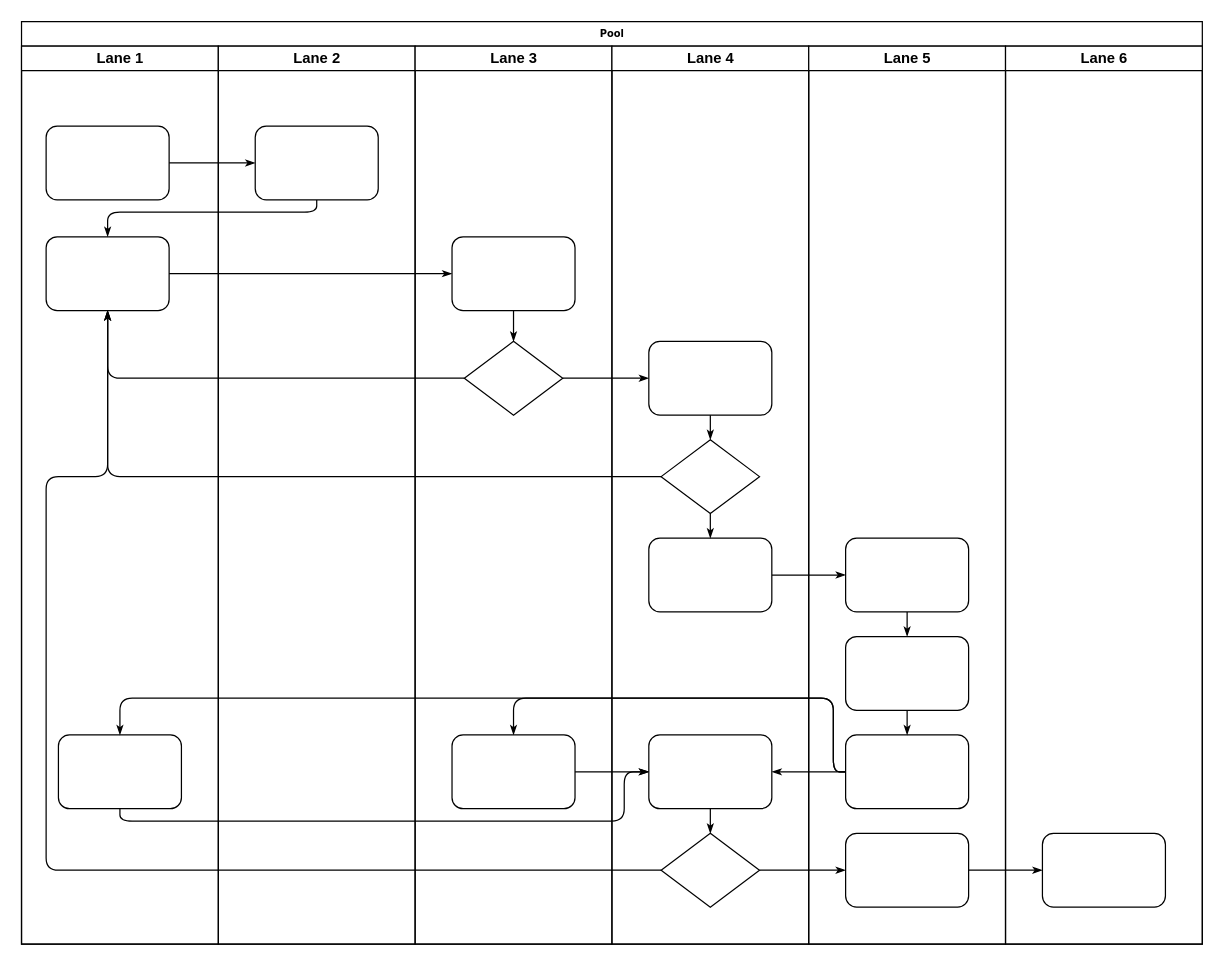
This is 制卡流程2.drawio from plummylilin/git_learning, a draw.io file, before an edit. Source tidied: cells renumbered, new cells numbered last; positions are measured from the earlier drawing's top-left corner, leaving out a move shared by most shapes. Both pictures are drawn from the tidied source at 123%, with x=0, y=0 at pixel (21, 21).
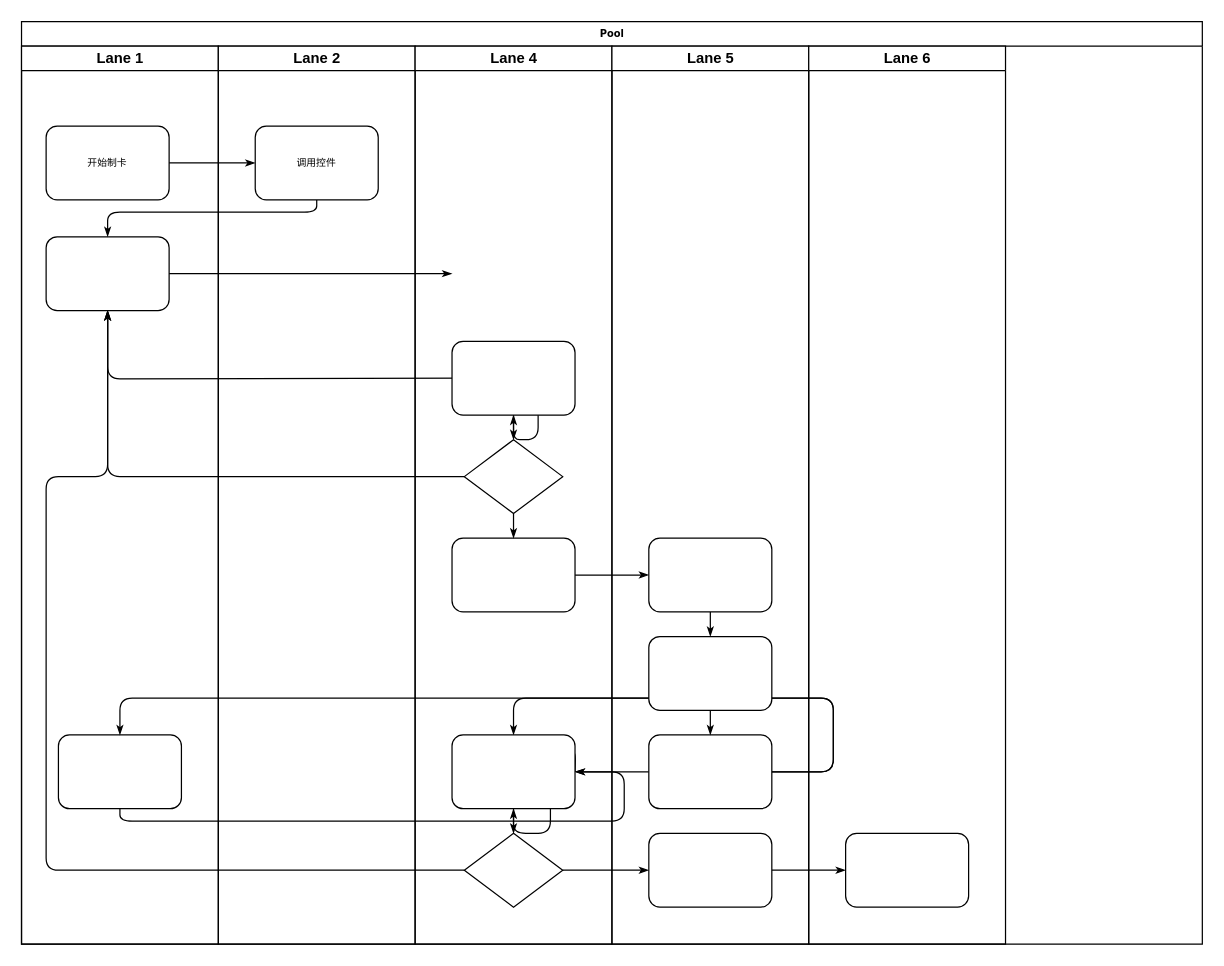
Above is the later version.

Commit message:
更新制卡流程2.drawio

The change refers to these unchanged cells:
```xml
<mxCell id="2" value="Pool" style="swimlane;html=1;startSize=20;rounded=0;shadow=0;labelBackgroundColor=none;strokeWidth=1;fontFamily=Verdana;fontSize=8;align=center;" parent="1" vertex="1">
  <mxGeometry width="960" height="750" as="geometry" />
</mxCell>
<mxCell id="3" value="Lane 1" style="swimlane;html=1;startSize=20;" parent="2" vertex="1">
  <mxGeometry y="20" width="160" height="730" as="geometry" />
</mxCell>
<mxCell id="5" style="rounded=1;whiteSpace=wrap;html=1;shadow=0;labelBackgroundColor=none;strokeWidth=1;fontFamily=Verdana;fontSize=8;align=center;" parent="3" vertex="1">
  <mxGeometry x="20" y="155" width="100" height="60" as="geometry" />
</mxCell>
<mxCell id="22" value="Lane 2" style="swimlane;html=1;startSize=20;" parent="2" vertex="1">
  <mxGeometry x="160" y="20" width="160" height="730" as="geometry" />
</mxCell>
<mxCell id="30" style="rounded=1;whiteSpace=wrap;html=1;shadow=0;labelBackgroundColor=none;strokeWidth=1;fontFamily=Verdana;fontSize=8;align=center;" parent="29" vertex="1">
  <mxGeometry x="30" y="240" width="100" height="60" as="geometry" />
</mxCell>
<mxCell id="33" style="rounded=1;whiteSpace=wrap;html=1;shadow=0;labelBackgroundColor=none;strokeWidth=1;fontFamily=Verdana;fontSize=8;align=center;" parent="29" vertex="1">
  <mxGeometry x="30" y="560" width="100" height="60" as="geometry" />
</mxCell>
<mxCell id="41" style="rounded=1;whiteSpace=wrap;html=1;shadow=0;labelBackgroundColor=none;strokeWidth=1;fontFamily=Verdana;fontSize=8;align=center;" parent="38" vertex="1">
  <mxGeometry x="30" y="560" width="100" height="60" as="geometry" />
</mxCell>
```

The edit, as a diff of the source:
```diff
@@
-    <mxCell id="4" style="rounded=1;whiteSpace=wrap;html=1;shadow=0;labelBackgroundColor=none;strokeWidth=1;fontFamily=Verdana;fontSize=8;align=center;" parent="3" vertex="1">
+    <mxCell id="4" value="开始制卡" style="rounded=1;whiteSpace=wrap;html=1;shadow=0;labelBackgroundColor=none;strokeWidth=1;fontFamily=Verdana;fontSize=8;align=center;" parent="3" vertex="1">
       <mxGeometry x="20" y="65" width="100" height="60" as="geometry" />
     </mxCell>
@@
-    <mxCell id="9" style="edgeStyle=orthogonalEdgeStyle;rounded=1;html=1;labelBackgroundColor=none;startArrow=none;startFill=0;startSize=5;endArrow=classicThin;endFill=1;endSize=5;jettySize=auto;strokeWidth=1;fontFamily=Verdana;fontSize=8;" parent="2" edge="1" source="5" target="25">
-      <mxGeometry relative="1" as="geometry" />
+    <mxCell id="9" style="edgeStyle=orthogonalEdgeStyle;rounded=1;html=1;labelBackgroundColor=none;startArrow=none;startFill=0;startSize=5;endArrow=classicThin;endFill=1;endSize=5;jettySize=auto;strokeWidth=1;fontFamily=Verdana;fontSize=8;" parent="2" edge="1" source="5">
+      <mxGeometry relative="1" as="geometry">
+        <mxPoint x="350" y="205" as="targetPoint" />
+      </mxGeometry>
     </mxCell>
-    <mxCell id="10" style="edgeStyle=orthogonalEdgeStyle;rounded=1;html=1;labelBackgroundColor=none;startArrow=none;startFill=0;startSize=5;endArrow=classicThin;endFill=1;endSize=5;jettySize=auto;strokeWidth=1;fontFamily=Verdana;fontSize=8;" parent="2" edge="1" source="26" target="5">
-      <mxGeometry relative="1" as="geometry" />
+    <mxCell id="10" style="edgeStyle=orthogonalEdgeStyle;rounded=1;html=1;labelBackgroundColor=none;startArrow=none;startFill=0;startSize=5;endArrow=classicThin;endFill=1;endSize=5;jettySize=auto;strokeWidth=1;fontFamily=Verdana;fontSize=8;" parent="2" edge="1" target="5">
+      <mxGeometry relative="1" as="geometry">
+        <mxPoint x="360" y="290" as="sourcePoint" />
+      </mxGeometry>
     </mxCell>
@@
-    <mxCell id="13" style="edgeStyle=orthogonalEdgeStyle;rounded=1;html=1;labelBackgroundColor=none;startArrow=none;startFill=0;startSize=5;endArrow=classicThin;endFill=1;endSize=5;jettySize=auto;strokeWidth=1;fontFamily=Verdana;fontSize=8;" parent="2" edge="1" source="26" target="30">
-      <mxGeometry relative="1" as="geometry" />
+    <mxCell id="13" style="edgeStyle=orthogonalEdgeStyle;rounded=1;html=1;labelBackgroundColor=none;startArrow=none;startFill=0;startSize=5;endArrow=classicThin;endFill=1;endSize=5;jettySize=auto;strokeWidth=1;fontFamily=Verdana;fontSize=8;" parent="2" edge="1" target="30">
+      <mxGeometry relative="1" as="geometry">
+        <mxPoint x="440" y="290" as="sourcePoint" />
+      </mxGeometry>
     </mxCell>
@@
-    <mxCell id="17" style="edgeStyle=orthogonalEdgeStyle;rounded=1;html=1;labelBackgroundColor=none;startArrow=none;startFill=0;startSize=5;endArrow=classicThin;endFill=1;endSize=5;jettySize=auto;strokeWidth=1;fontFamily=Verdana;fontSize=8;" parent="2" edge="1" source="41" target="27">
+    <mxCell id="17" style="edgeStyle=orthogonalEdgeStyle;rounded=1;html=1;labelBackgroundColor=none;startArrow=none;startFill=0;startSize=5;endArrow=classicThin;endFill=1;endSize=5;jettySize=auto;strokeWidth=1;fontFamily=Verdana;fontSize=8;" parent="2" edge="1" source="41">
       <mxGeometry relative="1" as="geometry">
+        <mxPoint x="400" y="580" as="targetPoint" />
         <Array as="points">
           <mxPoint x="660" y="610" />
           <mxPoint x="660" y="550" />
           <mxPoint x="400" y="550" />
         </Array>
       </mxGeometry>
     </mxCell>
@@
-    <mxCell id="21" style="edgeStyle=orthogonalEdgeStyle;rounded=1;html=1;labelBackgroundColor=none;startArrow=none;startFill=0;startSize=5;endArrow=classicThin;endFill=1;endSize=5;jettySize=auto;strokeWidth=1;fontFamily=Verdana;fontSize=8;" parent="2" edge="1" source="27" target="33">
-      <mxGeometry relative="1" as="geometry" />
+    <mxCell id="21" style="edgeStyle=orthogonalEdgeStyle;rounded=1;html=1;labelBackgroundColor=none;startArrow=none;startFill=0;startSize=5;endArrow=classicThin;endFill=1;endSize=5;jettySize=auto;strokeWidth=1;fontFamily=Verdana;fontSize=8;" parent="2" edge="1" target="33">
+      <mxGeometry relative="1" as="geometry">
+        <mxPoint x="450" y="610" as="sourcePoint" />
+      </mxGeometry>
     </mxCell>
@@
-    <mxCell id="23" style="rounded=1;whiteSpace=wrap;html=1;shadow=0;labelBackgroundColor=none;strokeWidth=1;fontFamily=Verdana;fontSize=8;align=center;" parent="22" vertex="1">
+    <mxCell id="23" value="调用控件" style="rounded=1;whiteSpace=wrap;html=1;shadow=0;labelBackgroundColor=none;strokeWidth=1;fontFamily=Verdana;fontSize=8;align=center;" parent="22" vertex="1">
       <mxGeometry x="30" y="65" width="100" height="60" as="geometry" />
     </mxCell>
-    <mxCell id="24" value="Lane 3" style="swimlane;html=1;startSize=20;" parent="2" vertex="1">
-      <mxGeometry x="320" y="20" width="160" height="730" as="geometry" />
-    </mxCell>
-    <mxCell id="25" style="rounded=1;whiteSpace=wrap;html=1;shadow=0;labelBackgroundColor=none;strokeWidth=1;fontFamily=Verdana;fontSize=8;align=center;" parent="24" vertex="1">
-      <mxGeometry x="30" y="155" width="100" height="60" as="geometry" />
-    </mxCell>
-    <mxCell id="26" style="rhombus;whiteSpace=wrap;html=1;rounded=0;shadow=0;labelBackgroundColor=none;strokeWidth=1;fontFamily=Verdana;fontSize=8;align=center;" parent="24" vertex="1">
-      <mxGeometry x="40" y="240" width="80" height="60" as="geometry" />
-    </mxCell>
-    <mxCell id="27" style="rounded=1;whiteSpace=wrap;html=1;shadow=0;labelBackgroundColor=none;strokeWidth=1;fontFamily=Verdana;fontSize=8;align=center;" parent="24" vertex="1">
-      <mxGeometry x="30" y="560" width="100" height="60" as="geometry" />
-    </mxCell>
-    <mxCell id="28" style="edgeStyle=orthogonalEdgeStyle;rounded=1;html=1;labelBackgroundColor=none;startArrow=none;startFill=0;startSize=5;endArrow=classicThin;endFill=1;endSize=5;jettySize=auto;strokeWidth=1;fontFamily=Verdana;fontSize=8;" parent="24" edge="1" source="25" target="26">
-      <mxGeometry relative="1" as="geometry" />
-    </mxCell>
     <mxCell id="29" value="Lane 4" style="swimlane;html=1;startSize=20;" parent="2" vertex="1">
-      <mxGeometry x="480" y="20" width="160" height="730" as="geometry" />
+      <mxGeometry x="320" y="20" width="160" height="730" as="geometry" />
     </mxCell>
@@
     <mxCell id="38" value="Lane 5" style="swimlane;html=1;startSize=20;" parent="2" vertex="1">
-      <mxGeometry x="640" y="20" width="160" height="730" as="geometry" />
+      <mxGeometry x="480" y="20" width="160" height="730" as="geometry" />
     </mxCell>
@@
     <mxCell id="45" value="Lane 6" style="swimlane;html=1;startSize=20;" parent="2" vertex="1">
-      <mxGeometry x="800" y="20" width="160" height="730" as="geometry" />
+      <mxGeometry x="640" y="20" width="160" height="730" as="geometry" />
     </mxCell>
```
